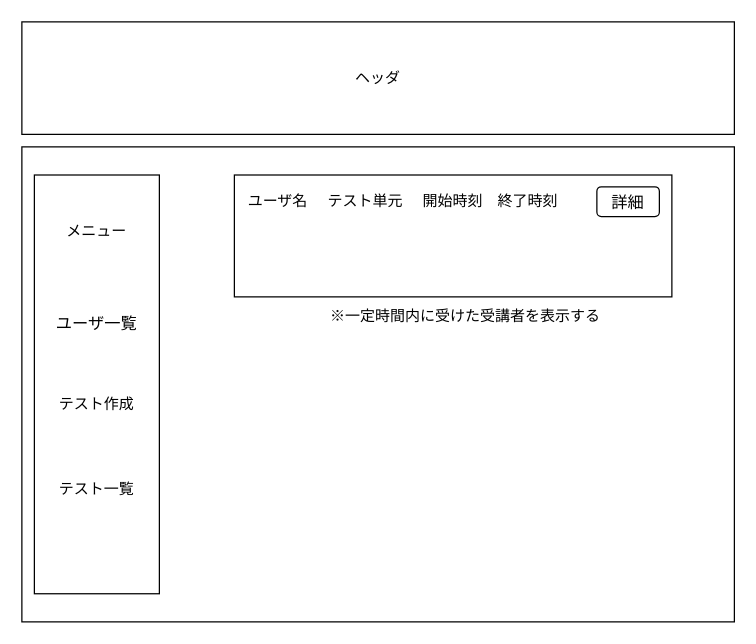
DOJO-2021/A-3 keeps this draw.io diagram as page "4HOME" (1 of 7) of 外部設計DRAWIO/managiment1.drawio. Above is the earlier version. Source tidied: cells renumbered, new cells numbered last; positions are measured from the earlier drawing's top-left corner, leaving out a move shared by most shapes. Both pictures are drawn from the tidied source at 125%, with x=0, y=0 at pixel (21, 21). Pictures stored in the file or linked from it are replaced by grey dashed boxes.
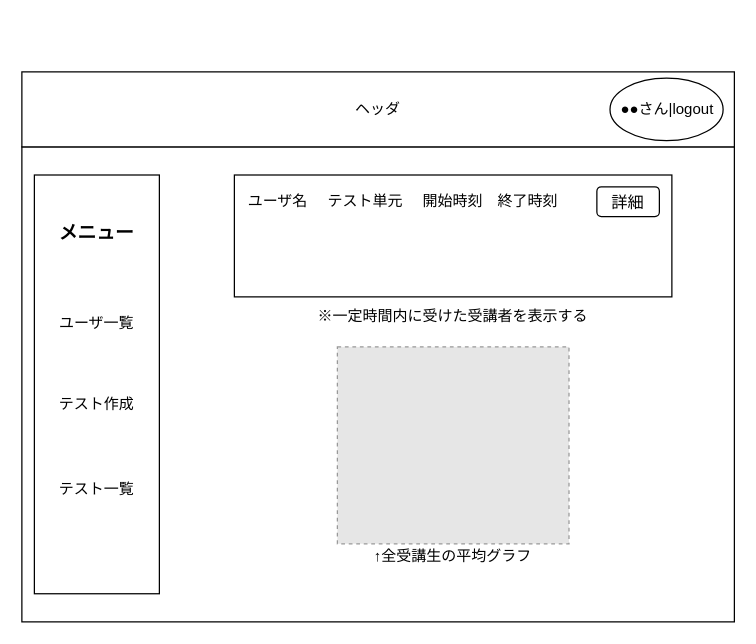
The same page after the edit.

Change to the diagram source:
```diff
@@
 <mxGraphModel>
   <root>
     <mxCell id="0" />
     <mxCell id="1" parent="0" />
-    <mxCell id="2" value="ヘッダ" style="rounded=0;whiteSpace=wrap;html=1;" parent="1" vertex="1">
-      <mxGeometry width="570" height="90" as="geometry" />
-    </mxCell>
     <mxCell id="3" style="rounded=0;whiteSpace=wrap;html=1;" parent="1" vertex="1">
       <mxGeometry y="100" width="570" height="380" as="geometry" />
     </mxCell>
     <mxCell id="4" style="rounded=0;whiteSpace=wrap;html=1;" parent="1" vertex="1">
       <mxGeometry x="10" y="122.5" width="100" height="335" as="geometry" />
     </mxCell>
-    <mxCell id="5" value="&lt;span style=&quot;font-size: 12px;&quot;&gt;&lt;font style=&quot;font-size: 12px;&quot;&gt;メニュー&lt;/font&gt;&lt;/span&gt;" style="text;html=1;strokeColor=none;fillColor=none;align=center;verticalAlign=middle;whiteSpace=wrap;rounded=0;fontStyle=0;fontSize=12;" parent="1" vertex="1">
+    <mxCell id="5" value="&lt;span style=&quot;font-size: 15px;&quot;&gt;&lt;font style=&quot;font-size: 15px;&quot;&gt;メニュー&lt;/font&gt;&lt;/span&gt;" style="text;html=1;strokeColor=none;fillColor=none;align=center;verticalAlign=middle;whiteSpace=wrap;rounded=0;fontStyle=1;fontSize=15;" parent="1" vertex="1">
       <mxGeometry x="20" y="137.5" width="80" height="60" as="geometry" />
     </mxCell>
-    <mxCell id="6" value="ユーザ一覧" style="text;html=1;strokeColor=none;fillColor=none;align=center;verticalAlign=middle;whiteSpace=wrap;rounded=0;fontStyle=0;fontSize=13;" parent="1" vertex="1">
+    <mxCell id="6" value="ユーザ一覧" style="text;html=1;strokeColor=none;fillColor=none;align=center;verticalAlign=middle;whiteSpace=wrap;rounded=0;fontStyle=0;fontSize=12;" parent="1" vertex="1">
       <mxGeometry x="20" y="212.5" width="80" height="57" as="geometry" />
     </mxCell>
     <mxCell id="7" value="テスト作成" style="text;html=1;strokeColor=none;fillColor=none;align=center;verticalAlign=middle;whiteSpace=wrap;rounded=0;" parent="1" vertex="1">
       <mxGeometry y="272.5" width="120" height="67.5" as="geometry" />
     </mxCell>
     <mxCell id="8" value="テスト一覧" style="text;html=1;strokeColor=none;fillColor=none;align=center;verticalAlign=middle;whiteSpace=wrap;rounded=0;" parent="1" vertex="1">
       <mxGeometry y="340" width="120" height="67.5" as="geometry" />
     </mxCell>
     <mxCell id="9" style="rounded=0;whiteSpace=wrap;html=1;" parent="1" vertex="1">
       <mxGeometry x="170" y="122.5" width="350" height="97.5" as="geometry" />
     </mxCell>
     <mxCell id="10" value="※一定時間内に受けた受講者を表示する" style="text;html=1;strokeColor=none;fillColor=none;align=center;verticalAlign=middle;whiteSpace=wrap;rounded=0;" parent="1" vertex="1">
-      <mxGeometry x="230" y="202" width="250" height="67.5" as="geometry" />
+      <mxGeometry x="220" y="202" width="250" height="67.5" as="geometry" />
     </mxCell>
     <mxCell id="11" value="開始時刻" style="text;html=1;strokeColor=none;fillColor=none;align=center;verticalAlign=middle;whiteSpace=wrap;rounded=0;" parent="1" vertex="1">
       <mxGeometry x="310" y="110" width="70" height="67.5" as="geometry" />
     </mxCell>
     <mxCell id="12" value="終了時刻" style="text;html=1;strokeColor=none;fillColor=none;align=center;verticalAlign=middle;whiteSpace=wrap;rounded=0;" parent="1" vertex="1">
       <mxGeometry x="370" y="110" width="70" height="67.5" as="geometry" />
     </mxCell>
     <mxCell id="13" value="ユーザ名" style="text;html=1;strokeColor=none;fillColor=none;align=center;verticalAlign=middle;whiteSpace=wrap;rounded=0;" parent="1" vertex="1">
       <mxGeometry x="170" y="110" width="70" height="67.5" as="geometry" />
     </mxCell>
     <mxCell id="14" value="テスト単元" style="text;html=1;strokeColor=none;fillColor=none;align=center;verticalAlign=middle;whiteSpace=wrap;rounded=0;" parent="1" vertex="1">
       <mxGeometry x="240" y="110" width="70" height="67.5" as="geometry" />
     </mxCell>
     <mxCell id="15" value="詳細" style="rounded=1;whiteSpace=wrap;html=1;fontSize=13;" parent="1" vertex="1">
       <mxGeometry x="460" y="131.9" width="50" height="23.8" as="geometry" />
     </mxCell>
+    <mxCell id="16" style="fillColor=#E6E6E6;strokeColor=#999999;dashed=1;verticalLabelPosition=bottom;labelBackgroundColor=#ffffff;verticalAlign=top;" parent="1" vertex="1">
+      <mxGeometry x="252.4" y="260" width="185.3" height="157.5" as="geometry" />
+    </mxCell>
+    <mxCell id="17" value="↑全受講生の平均グラフ&lt;br&gt;" style="text;html=1;strokeColor=none;fillColor=none;align=center;verticalAlign=middle;whiteSpace=wrap;rounded=0;" parent="1" vertex="1">
+      <mxGeometry x="280" y="417.5" width="130" height="20" as="geometry" />
+    </mxCell>
+    <mxCell id="18" style="group;" parent="1" vertex="1">
+      <mxGeometry y="40" width="570" height="60" as="geometry" />
+    </mxCell>
+    <mxCell id="2" value="ヘッダ" style="rounded=0;whiteSpace=wrap;html=1;" parent="18" vertex="1">
+      <mxGeometry width="570" height="60" as="geometry" />
+    </mxCell>
+    <mxCell id="19" value="●●さん|logout" style="ellipse;whiteSpace=wrap;html=1;fontSize=12;" parent="18" vertex="1">
+      <mxGeometry x="470.5" y="5" width="90.5" height="50" as="geometry" />
+    </mxCell>
   </root>
 </mxGraphModel>
```
